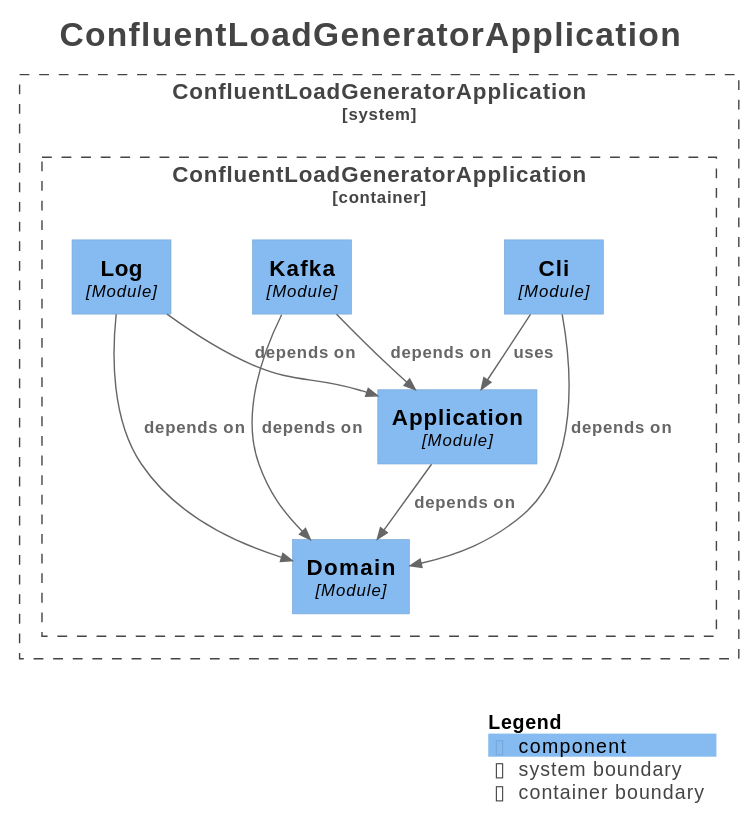
Earlier version of the PlantUML export docs/generated/architecture/svg/components.svg (Mathmagicians/confluent-eventing-playground). Source of this version:
```plantuml
@startuml
!pragma layout smetana
title <size:24>ConfluentLoadGeneratorApplication</size>

set separator none
top to bottom direction

<style>
  root {
    BackgroundColor: #ffffff
    FontColor: #444444
  }
</style>

!include <C4/C4>
!include <C4/C4_Context>
!include <C4/C4_Component>

System_Boundary("ConfluentLoadGeneratorApplication_boundary", "ConfluentLoadGeneratorApplication", $tags="") {
  Container_Boundary("ConfluentLoadGeneratorApplication.ConfluentLoadGeneratorApplication_boundary", "ConfluentLoadGeneratorApplication", $tags="") {
    Component(ConfluentLoadGeneratorApplication.ConfluentLoadGeneratorApplication.Domain, "Domain", $techn="Module", $descr="", $tags="", $link="")
    Component(ConfluentLoadGeneratorApplication.ConfluentLoadGeneratorApplication.Application, "Application", $techn="Module", $descr="", $tags="", $link="")
    Component(ConfluentLoadGeneratorApplication.ConfluentLoadGeneratorApplication.Cli, "Cli", $techn="Module", $descr="", $tags="", $link="")
    Component(ConfluentLoadGeneratorApplication.ConfluentLoadGeneratorApplication.Kafka, "Kafka", $techn="Module", $descr="", $tags="", $link="")
    Component(ConfluentLoadGeneratorApplication.ConfluentLoadGeneratorApplication.Log, "Log", $techn="Module", $descr="", $tags="", $link="")
  }

}

Rel(ConfluentLoadGeneratorApplication.ConfluentLoadGeneratorApplication.Application, ConfluentLoadGeneratorApplication.ConfluentLoadGeneratorApplication.Domain, "depends on", $techn="", $tags="", $link="")
Rel(ConfluentLoadGeneratorApplication.ConfluentLoadGeneratorApplication.Log, ConfluentLoadGeneratorApplication.ConfluentLoadGeneratorApplication.Domain, "depends on", $techn="", $tags="", $link="")
Rel(ConfluentLoadGeneratorApplication.ConfluentLoadGeneratorApplication.Log, ConfluentLoadGeneratorApplication.ConfluentLoadGeneratorApplication.Application, "depends on", $techn="", $tags="", $link="")
Rel(ConfluentLoadGeneratorApplication.ConfluentLoadGeneratorApplication.Cli, ConfluentLoadGeneratorApplication.ConfluentLoadGeneratorApplication.Domain, "depends on", $techn="", $tags="", $link="")
Rel(ConfluentLoadGeneratorApplication.ConfluentLoadGeneratorApplication.Cli, ConfluentLoadGeneratorApplication.ConfluentLoadGeneratorApplication.Application, "uses", $techn="", $tags="", $link="")
Rel(ConfluentLoadGeneratorApplication.ConfluentLoadGeneratorApplication.Kafka, ConfluentLoadGeneratorApplication.ConfluentLoadGeneratorApplication.Domain, "depends on", $techn="", $tags="", $link="")
Rel(ConfluentLoadGeneratorApplication.ConfluentLoadGeneratorApplication.Kafka, ConfluentLoadGeneratorApplication.ConfluentLoadGeneratorApplication.Application, "depends on", $techn="", $tags="", $link="")

SHOW_LEGEND(true)
hide stereotypes
@enduml
```
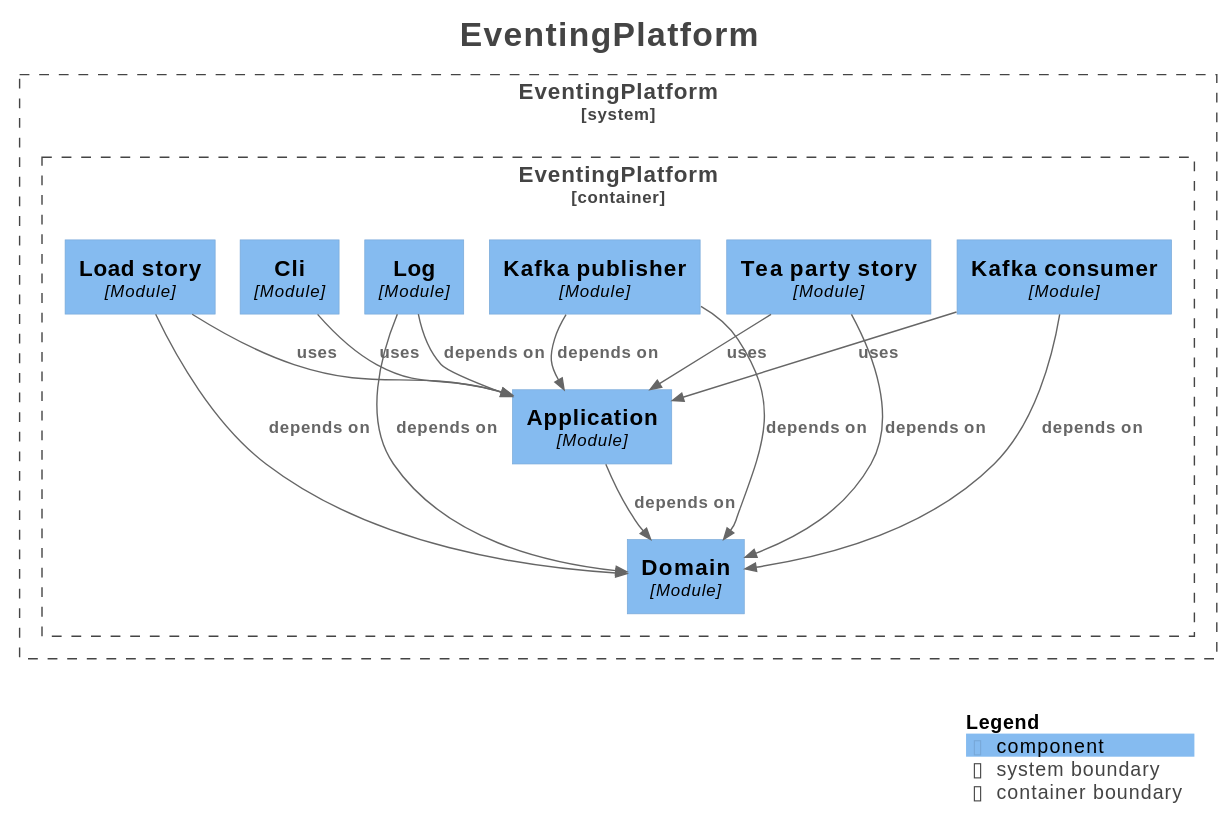
Above is the later version.

Diff of the diagram source:
```diff
@@ -1,6 +1,6 @@
 @startuml
 !pragma layout smetana
-title <size:24>ConfluentLoadGeneratorApplication</size>
+title <size:24>EventingPlatform</size>
 
 set separator none
 top to bottom direction
@@ -16,24 +16,32 @@
 !include <C4/C4_Context>
 !include <C4/C4_Component>
 
-System_Boundary("ConfluentLoadGeneratorApplication_boundary", "ConfluentLoadGeneratorApplication", $tags="") {
-  Container_Boundary("ConfluentLoadGeneratorApplication.ConfluentLoadGeneratorApplication_boundary", "ConfluentLoadGeneratorApplication", $tags="") {
-    Component(ConfluentLoadGeneratorApplication.ConfluentLoadGeneratorApplication.Domain, "Domain", $techn="Module", $descr="", $tags="", $link="")
-    Component(ConfluentLoadGeneratorApplication.ConfluentLoadGeneratorApplication.Application, "Application", $techn="Module", $descr="", $tags="", $link="")
-    Component(ConfluentLoadGeneratorApplication.ConfluentLoadGeneratorApplication.Cli, "Cli", $techn="Module", $descr="", $tags="", $link="")
-    Component(ConfluentLoadGeneratorApplication.ConfluentLoadGeneratorApplication.Kafka, "Kafka", $techn="Module", $descr="", $tags="", $link="")
-    Component(ConfluentLoadGeneratorApplication.ConfluentLoadGeneratorApplication.Log, "Log", $techn="Module", $descr="", $tags="", $link="")
+System_Boundary("EventingPlatform_boundary", "EventingPlatform", $tags="") {
+  Container_Boundary("EventingPlatform.EventingPlatform_boundary", "EventingPlatform", $tags="") {
+    Component(EventingPlatform.EventingPlatform.Teapartystory, "Tea party story", $techn="Module", $descr="", $tags="", $link="")
+    Component(EventingPlatform.EventingPlatform.Domain, "Domain", $techn="Module", $descr="", $tags="", $link="")
+    Component(EventingPlatform.EventingPlatform.Application, "Application", $techn="Module", $descr="", $tags="", $link="")
+    Component(EventingPlatform.EventingPlatform.Cli, "Cli", $techn="Module", $descr="", $tags="", $link="")
+    Component(EventingPlatform.EventingPlatform.Kafkaconsumer, "Kafka consumer", $techn="Module", $descr="", $tags="", $link="")
+    Component(EventingPlatform.EventingPlatform.Kafkapublisher, "Kafka publisher", $techn="Module", $descr="", $tags="", $link="")
+    Component(EventingPlatform.EventingPlatform.Log, "Log", $techn="Module", $descr="", $tags="", $link="")
+    Component(EventingPlatform.EventingPlatform.Loadstory, "Load story", $techn="Module", $descr="", $tags="", $link="")
   }
 
 }
 
-Rel(ConfluentLoadGeneratorApplication.ConfluentLoadGeneratorApplication.Application, ConfluentLoadGeneratorApplication.ConfluentLoadGeneratorApplication.Domain, "depends on", $techn="", $tags="", $link="")
-Rel(ConfluentLoadGeneratorApplication.ConfluentLoadGeneratorApplication.Log, ConfluentLoadGeneratorApplication.ConfluentLoadGeneratorApplication.Domain, "depends on", $techn="", $tags="", $link="")
-Rel(ConfluentLoadGeneratorApplication.ConfluentLoadGeneratorApplication.Log, ConfluentLoadGeneratorApplication.ConfluentLoadGeneratorApplication.Application, "depends on", $techn="", $tags="", $link="")
-Rel(ConfluentLoadGeneratorApplication.ConfluentLoadGeneratorApplication.Cli, ConfluentLoadGeneratorApplication.ConfluentLoadGeneratorApplication.Domain, "depends on", $techn="", $tags="", $link="")
-Rel(ConfluentLoadGeneratorApplication.ConfluentLoadGeneratorApplication.Cli, ConfluentLoadGeneratorApplication.ConfluentLoadGeneratorApplication.Application, "uses", $techn="", $tags="", $link="")
-Rel(ConfluentLoadGeneratorApplication.ConfluentLoadGeneratorApplication.Kafka, ConfluentLoadGeneratorApplication.ConfluentLoadGeneratorApplication.Domain, "depends on", $techn="", $tags="", $link="")
-Rel(ConfluentLoadGeneratorApplication.ConfluentLoadGeneratorApplication.Kafka, ConfluentLoadGeneratorApplication.ConfluentLoadGeneratorApplication.Application, "depends on", $techn="", $tags="", $link="")
+Rel(EventingPlatform.EventingPlatform.Cli, EventingPlatform.EventingPlatform.Application, "uses", $techn="", $tags="", $link="")
+Rel(EventingPlatform.EventingPlatform.Kafkaconsumer, EventingPlatform.EventingPlatform.Domain, "depends on", $techn="", $tags="", $link="")
+Rel(EventingPlatform.EventingPlatform.Kafkaconsumer, EventingPlatform.EventingPlatform.Application, "uses", $techn="", $tags="", $link="")
+Rel(EventingPlatform.EventingPlatform.Kafkapublisher, EventingPlatform.EventingPlatform.Domain, "depends on", $techn="", $tags="", $link="")
+Rel(EventingPlatform.EventingPlatform.Kafkapublisher, EventingPlatform.EventingPlatform.Application, "depends on", $techn="", $tags="", $link="")
+Rel(EventingPlatform.EventingPlatform.Log, EventingPlatform.EventingPlatform.Domain, "depends on", $techn="", $tags="", $link="")
+Rel(EventingPlatform.EventingPlatform.Log, EventingPlatform.EventingPlatform.Application, "depends on", $techn="", $tags="", $link="")
+Rel(EventingPlatform.EventingPlatform.Loadstory, EventingPlatform.EventingPlatform.Domain, "depends on", $techn="", $tags="", $link="")
+Rel(EventingPlatform.EventingPlatform.Loadstory, EventingPlatform.EventingPlatform.Application, "uses", $techn="", $tags="", $link="")
+Rel(EventingPlatform.EventingPlatform.Application, EventingPlatform.EventingPlatform.Domain, "depends on", $techn="", $tags="", $link="")
+Rel(EventingPlatform.EventingPlatform.Teapartystory, EventingPlatform.EventingPlatform.Domain, "depends on", $techn="", $tags="", $link="")
+Rel(EventingPlatform.EventingPlatform.Teapartystory, EventingPlatform.EventingPlatform.Application, "uses", $techn="", $tags="", $link="")
 
 SHOW_LEGEND(true)
 hide stereotypes
```
